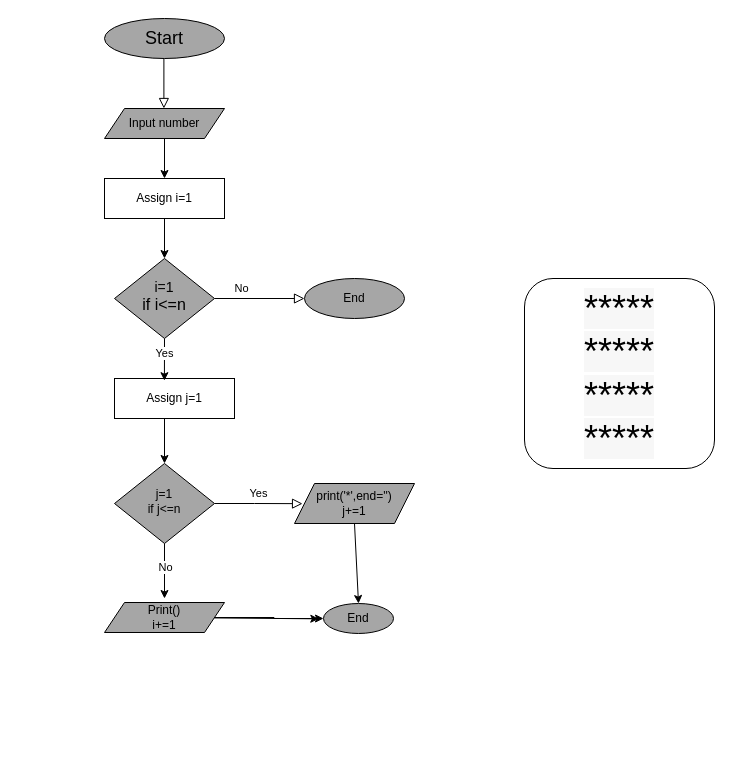
Aditya-swaroop-11/aditya keeps this draw.io diagram as Untitled Diagram.drawio. Above is the earlier version. Source tidied: cells renumbered, new cells numbered last; positions are measured from the earlier drawing's top-left corner, leaving out a move shared by most shapes. Both pictures are drawn from the tidied source at 100%, with x=0, y=0 at pixel (104, 18).
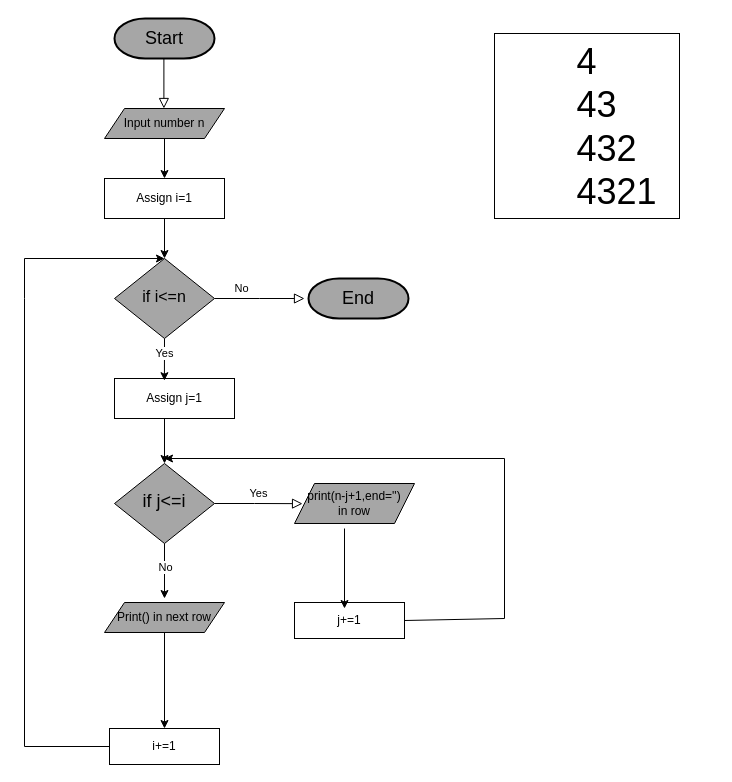
The same diagram, later.

The change refers to these unchanged cells:
```xml
<mxCell id="20" style="endArrow=classic;html=1;rounded=0;entryX=0.416;entryY=0.055;entryDx=0;entryDy=0;exitX=0.5;exitY=1;exitDx=0;exitDy=0;entryPerimeter=0;" parent="1" edge="1" source="3" target="19">
  <mxGeometry relative="1" as="geometry" />
</mxCell>
<mxCell id="23" style="endArrow=classic;html=1;rounded=0;exitX=0.5;exitY=1;exitDx=0;exitDy=0;" parent="1" edge="1" source="5">
  <mxGeometry relative="1" as="geometry">
    <mxPoint x="60" y="580" as="targetPoint" />
  </mxGeometry>
</mxCell>
```

Change to the diagram source:
```diff
@@
-    <mxCell id="2" value="No" style="edgeStyle=orthogonalEdgeStyle;rounded=0;html=1;jettySize=auto;fontSize=11;endArrow=block;endFill=0;endSize=8;strokeWidth=1;shadow=0;labelBackgroundColor=none;entryX=0;entryY=0.5;entryDx=0;entryDy=0;fillColor=#A6A6A6;" parent="1" edge="1" source="3" target="10">
-      <mxGeometry x="-0.41" y="10" relative="1" as="geometry" />
+    <mxCell id="2" value="No" style="edgeStyle=orthogonalEdgeStyle;rounded=0;html=1;jettySize=auto;fontSize=11;endArrow=block;endFill=0;endSize=8;strokeWidth=1;shadow=0;labelBackgroundColor=none;entryX=0;entryY=0.5;entryDx=0;entryDy=0;fillColor=#A6A6A6;" parent="1" edge="1" source="3">
+      <mxGeometry x="-0.41" y="10" relative="1" as="geometry">
+        <mxPoint x="200" y="280" as="targetPoint" />
+      </mxGeometry>
     </mxCell>
-    <mxCell id="3" value="&lt;font style=&quot;font-size: 14px;&quot;&gt;i=1&lt;/font&gt;&lt;div&gt;&lt;font size=&quot;3&quot;&gt;if i&amp;lt;=n&lt;/font&gt;&lt;/div&gt;" style="rhombus;whiteSpace=wrap;html=1;shadow=0;fontFamily=Helvetica;fontSize=12;align=center;strokeWidth=1;spacing=6;spacingTop=-4;fillColor=#A6A6A6;" parent="1" vertex="1">
+    <mxCell id="3" value="&lt;div&gt;&lt;font size=&quot;3&quot;&gt;if i&amp;lt;=n&lt;/font&gt;&lt;/div&gt;" style="rhombus;whiteSpace=wrap;html=1;shadow=0;fontFamily=Helvetica;fontSize=12;align=center;strokeWidth=1;spacing=6;spacingTop=-4;fillColor=#A6A6A6;rounded=0;" parent="1" vertex="1">
       <mxGeometry x="10" y="240" width="100" height="80" as="geometry" />
     </mxCell>
@@
-    <mxCell id="5" value="j=1&lt;div&gt;if j&amp;lt;=n&lt;/div&gt;" style="rhombus;whiteSpace=wrap;html=1;shadow=0;fontFamily=Helvetica;fontSize=12;align=center;strokeWidth=1;spacing=6;spacingTop=-4;fillColor=#A6A6A6;" parent="1" vertex="1">
+    <mxCell id="5" value="&lt;div&gt;&lt;font style=&quot;font-size: 18px;&quot;&gt;if j&amp;lt;=i&lt;/font&gt;&lt;/div&gt;" style="rhombus;whiteSpace=wrap;html=1;shadow=0;fontFamily=Helvetica;fontSize=12;align=center;strokeWidth=1;spacing=6;spacingTop=-4;fillColor=#A6A6A6;rounded=0;" parent="1" vertex="1">
       <mxGeometry x="10" y="445" width="100" height="80" as="geometry" />
     </mxCell>
-    <mxCell id="6" value="Input number" style="shape=parallelogram;perimeter=parallelogramPerimeter;whiteSpace=wrap;html=1;fixedSize=1;fillColor=#A6A6A6;" parent="1" vertex="1">
+    <mxCell id="6" value="Input number n" style="shape=parallelogram;perimeter=parallelogramPerimeter;whiteSpace=wrap;html=1;fixedSize=1;fillColor=#A6A6A6;rounded=0;" parent="1" vertex="1">
       <mxGeometry y="90" width="120" height="30" as="geometry" />
     </mxCell>
@@
-    <mxCell id="8" value="&lt;font style=&quot;font-size: 18px;&quot;&gt;Start&lt;/font&gt;" style="ellipse;whiteSpace=wrap;html=1;fillColor=#A6A6A6;" parent="1" vertex="1">
-      <mxGeometry width="120" height="40" as="geometry" />
-    </mxCell>
-    <mxCell id="9" value="print('*',end='')&lt;div&gt;j+=1&lt;/div&gt;" style="shape=parallelogram;perimeter=parallelogramPerimeter;whiteSpace=wrap;html=1;fixedSize=1;fillColor=#A6A6A6;" parent="1" vertex="1">
+    <mxCell id="9" value="print(n-j+1,end='')&lt;div&gt;in row&lt;/div&gt;" style="shape=parallelogram;perimeter=parallelogramPerimeter;whiteSpace=wrap;html=1;fixedSize=1;fillColor=#A6A6A6;rounded=0;" parent="1" vertex="1">
       <mxGeometry x="190" y="465" width="120" height="40" as="geometry" />
     </mxCell>
-    <mxCell id="10" value="End" style="ellipse;whiteSpace=wrap;html=1;fillColor=#A6A6A6;" parent="1" vertex="1">
-      <mxGeometry x="200" y="260" width="100" height="40" as="geometry" />
-    </mxCell>
-    <mxCell id="11" value="End" style="ellipse;whiteSpace=wrap;html=1;fillColor=#A6A6A6;" parent="1" vertex="1">
-      <mxGeometry x="219" y="585" width="70" height="30" as="geometry" />
-    </mxCell>
-    <mxCell id="12" style="endArrow=classic;html=1;rounded=0;entryX=-0.067;entryY=0.511;entryDx=0;entryDy=0;entryPerimeter=0;fillColor=#A6A6A6;" parent="1" edge="1" source="15" target="11">
-      <mxGeometry relative="1" as="geometry" />
-    </mxCell>
-    <mxCell id="13" style="endArrow=classic;html=1;rounded=0;exitX=0.5;exitY=1;exitDx=0;exitDy=0;fillColor=#A6A6A6;entryX=0.5;entryY=0;entryDx=0;entryDy=0;" parent="1" edge="1" source="9" target="11">
-      <mxGeometry relative="1" as="geometry" />
-    </mxCell>
-    <mxCell id="14" style="edgeStyle=orthogonalEdgeStyle;rounded=0;jettySize=auto;html=1;" parent="1" edge="1" source="15" target="11">
-      <mxGeometry relative="1" as="geometry" />
-    </mxCell>
-    <mxCell id="15" value="Print()&lt;div&gt;i+=1&lt;/div&gt;" style="shape=parallelogram;perimeter=parallelogramPerimeter;whiteSpace=wrap;html=1;fixedSize=1;fillColor=#A6A6A6;" parent="1" vertex="1">
+    <mxCell id="15" value="Print() in next row" style="shape=parallelogram;perimeter=parallelogramPerimeter;whiteSpace=wrap;html=1;fixedSize=1;fillColor=#A6A6A6;rounded=0;" parent="1" vertex="1">
       <mxGeometry y="584" width="120" height="30" as="geometry" />
     </mxCell>
@@
-    <mxCell id="21" value="Yes" style="edgeLabel;html=1;align=center;verticalAlign=middle;" parent="20" vertex="1">
+    <mxCell id="21" value="Yes" style="edgeLabel;html=1;align=center;verticalAlign=middle;rounded=0;" parent="20" vertex="1">
       <mxGeometry x="-0.27" relative="1" as="geometry" />
     </mxCell>
@@
-    <mxCell id="24" value="No" style="edgeLabel;html=1;align=center;verticalAlign=middle;" parent="23" vertex="1">
+    <mxCell id="24" value="No" style="edgeLabel;html=1;align=center;verticalAlign=middle;rounded=0;" parent="23" vertex="1">
       <mxGeometry x="-0.15" relative="1" as="geometry" />
     </mxCell>
-    <mxCell id="25" value="&lt;pre style=&quot;font-family: var(--jp-code-font-family); line-height: var(--jp-code-line-height); border: none; margin-top: 0px; margin-bottom: 0px; padding: 0px; overflow: auto; word-break: break-all; overflow-wrap: break-word; text-wrap: wrap; text-align: left;&quot;&gt;&lt;pre style=&quot;font-family: var(--jp-code-font-family); line-height: var(--jp-code-line-height); color: var(--jp-content-font-color1); border: none; margin-top: 0px; margin-bottom: 0px; padding: 0px; overflow: auto; word-break: break-all; overflow-wrap: break-word; text-wrap: wrap;&quot;&gt;&lt;font style=&quot;font-size: 36px; background-color: rgb(247, 247, 247);&quot;&gt;*****&lt;br&gt;*****&lt;br&gt;*****&lt;br&gt;*****&lt;/font&gt;&lt;/pre&gt;&lt;/pre&gt;" style="rounded=1;whiteSpace=wrap;html=1;" parent="1" vertex="1">
-      <mxGeometry x="420" y="260" width="190" height="190" as="geometry" />
-    </mxCell>
+    <mxCell id="26" value="j+=1" style="rounded=0;whiteSpace=wrap;html=1;" parent="1" vertex="1">
+      <mxGeometry x="190" y="584" width="110" height="36" as="geometry" />
+    </mxCell>
+    <mxCell id="27" value="i+=1" style="rounded=0;whiteSpace=wrap;html=1;" parent="1" vertex="1">
+      <mxGeometry x="5" y="710" width="110" height="36" as="geometry" />
+    </mxCell>
+    <mxCell id="28" style="endArrow=classic;html=1;rounded=0;entryX=0.5;entryY=0;entryDx=0;entryDy=0;exitX=0.5;exitY=1;exitDx=0;exitDy=0;" parent="1" edge="1" source="15" target="27">
+      <mxGeometry relative="1" as="geometry" />
+    </mxCell>
+    <mxCell id="29" style="endArrow=classic;html=1;rounded=0;" parent="1" edge="1">
+      <mxGeometry relative="1" as="geometry">
+        <mxPoint x="240" y="510" as="sourcePoint" />
+        <mxPoint x="240" y="590" as="targetPoint" />
+      </mxGeometry>
+    </mxCell>
+    <mxCell id="30" style="endArrow=classic;html=1;rounded=0;exitX=1;exitY=0.5;exitDx=0;exitDy=0;" parent="1" edge="1" source="26">
+      <mxGeometry relative="1" as="geometry">
+        <mxPoint x="60" y="440" as="targetPoint" />
+        <Array as="points">
+          <mxPoint x="400" y="600" />
+          <mxPoint x="400" y="440" />
+        </Array>
+      </mxGeometry>
+    </mxCell>
+    <mxCell id="31" style="endArrow=classic;html=1;rounded=0;exitX=0;exitY=0.5;exitDx=0;exitDy=0;" parent="1" edge="1" source="27">
+      <mxGeometry relative="1" as="geometry">
+        <mxPoint x="60" y="240" as="targetPoint" />
+        <Array as="points">
+          <mxPoint x="-80" y="728" />
+          <mxPoint x="-80" y="280" />
+          <mxPoint x="-80" y="240" />
+        </Array>
+      </mxGeometry>
+    </mxCell>
+    <mxCell id="8" value="&lt;font style=&quot;font-size: 18px;&quot;&gt;Start&lt;/font&gt;" style="strokeWidth=2;html=1;shape=mxgraph.flowchart.terminator;whiteSpace=wrap;fillColor=#A6A6A6;" parent="1" vertex="1">
+      <mxGeometry x="10" width="100" height="40" as="geometry" />
+    </mxCell>
+    <mxCell id="32" value="&lt;font style=&quot;font-size: 18px;&quot;&gt;End&lt;/font&gt;" style="strokeWidth=2;html=1;shape=mxgraph.flowchart.terminator;whiteSpace=wrap;fillColor=#A6A6A6;" parent="1" vertex="1">
+      <mxGeometry x="204" y="260" width="100" height="40" as="geometry" />
+    </mxCell>
+    <mxCell id="33" value="&lt;font style=&quot;font-size: 36px;&quot;&gt;4&lt;/font&gt;&lt;div&gt;&lt;span style=&quot;font-size: 36px;&quot;&gt;&amp;nbsp; 43&lt;/span&gt;&lt;/div&gt;&lt;div&gt;&lt;span style=&quot;font-size: 36px; background-color: initial;&quot;&gt;&amp;nbsp; &amp;nbsp; 432&lt;/span&gt;&lt;br&gt;&lt;/div&gt;&lt;div&gt;&lt;span style=&quot;font-size: 36px;&quot;&gt;&amp;nbsp; &amp;nbsp; &amp;nbsp; 4321&lt;/span&gt;&lt;span style=&quot;font-size: 36px; background-color: initial;&quot;&gt;&lt;br&gt;&lt;/span&gt;&lt;/div&gt;" style="whiteSpace=wrap;html=1;" parent="1" vertex="1">
+      <mxGeometry x="390" y="15" width="185" height="185" as="geometry" />
+    </mxCell>
```
